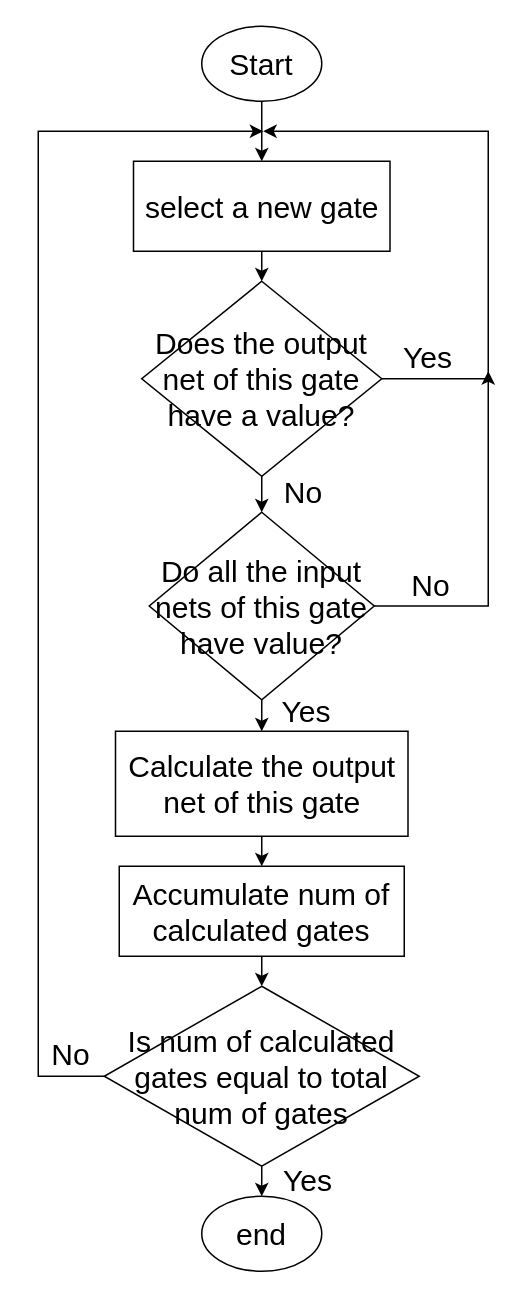
Before: page "Simulation_Algorithm" (2 of 2) of images/ece6140_project1.drawio in 1102131860/ECE6140, a draw.io diagram. Source tidied: cells renumbered, new cells numbered last; positions are measured from the earlier drawing's top-left corner, leaving out a move shared by most shapes. Both pictures are drawn from the tidied source at 150%, with x=0, y=0 at pixel (26, 26).
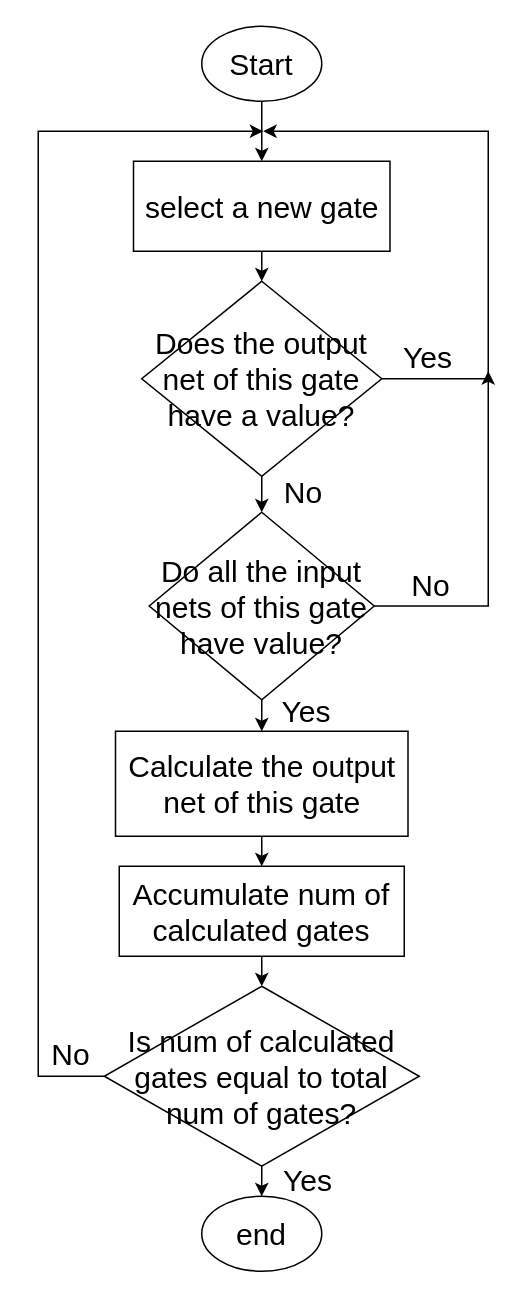
The same page after the edit.

What changed in the source:
```diff
@@
-    <mxCell id="8" value="Is num of calculated gates equal to total num of gates" style="rhombus;whiteSpace=wrap;html=1;fontSize=20;" parent="1" vertex="1">
+    <mxCell id="8" value="Is num of calculated gates equal to total num of gates?" style="rhombus;whiteSpace=wrap;html=1;fontSize=20;" parent="1" vertex="1">
       <mxGeometry x="52" y="640" width="210" height="120" as="geometry" />
     </mxCell>
```
